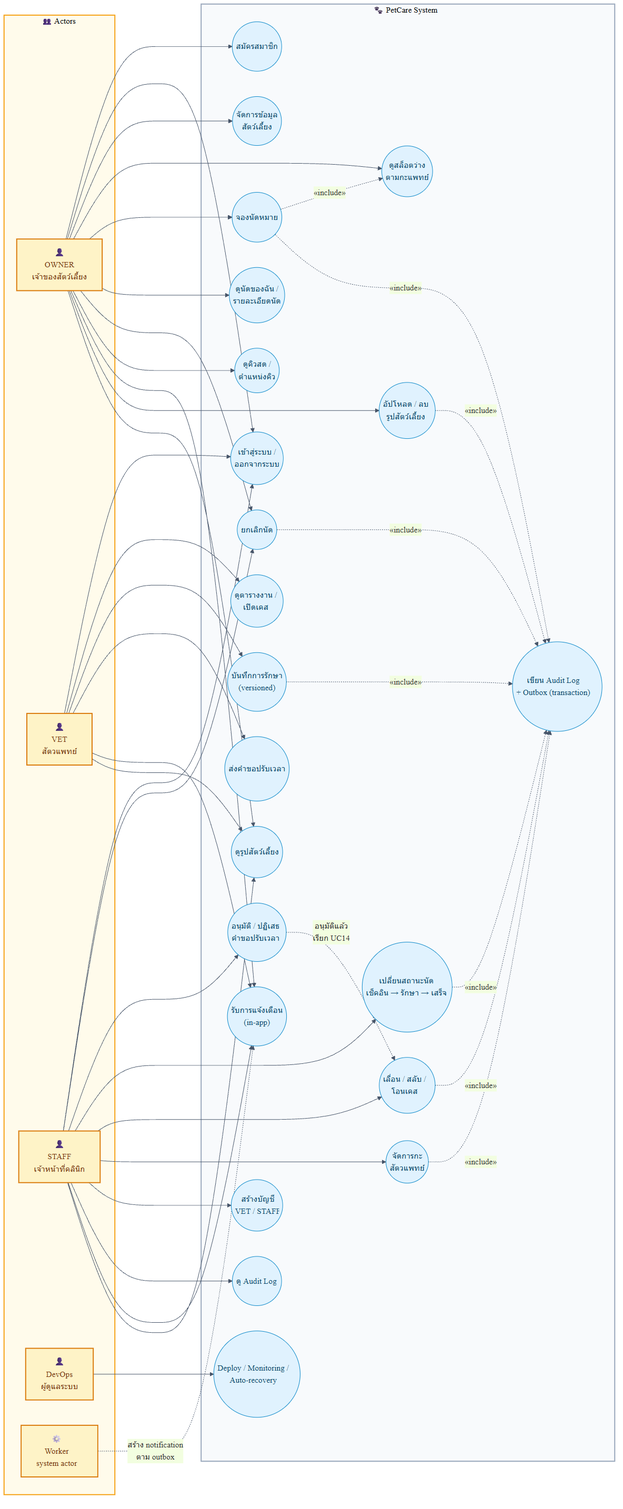
Earlier version of the Mermaid export docs/diagrams/preview/use-case.png (AnawinA/Pet-Clinic-Booking-and-Appointment-System). Its source is kept beside it as docs/diagrams/use-case.mmd.
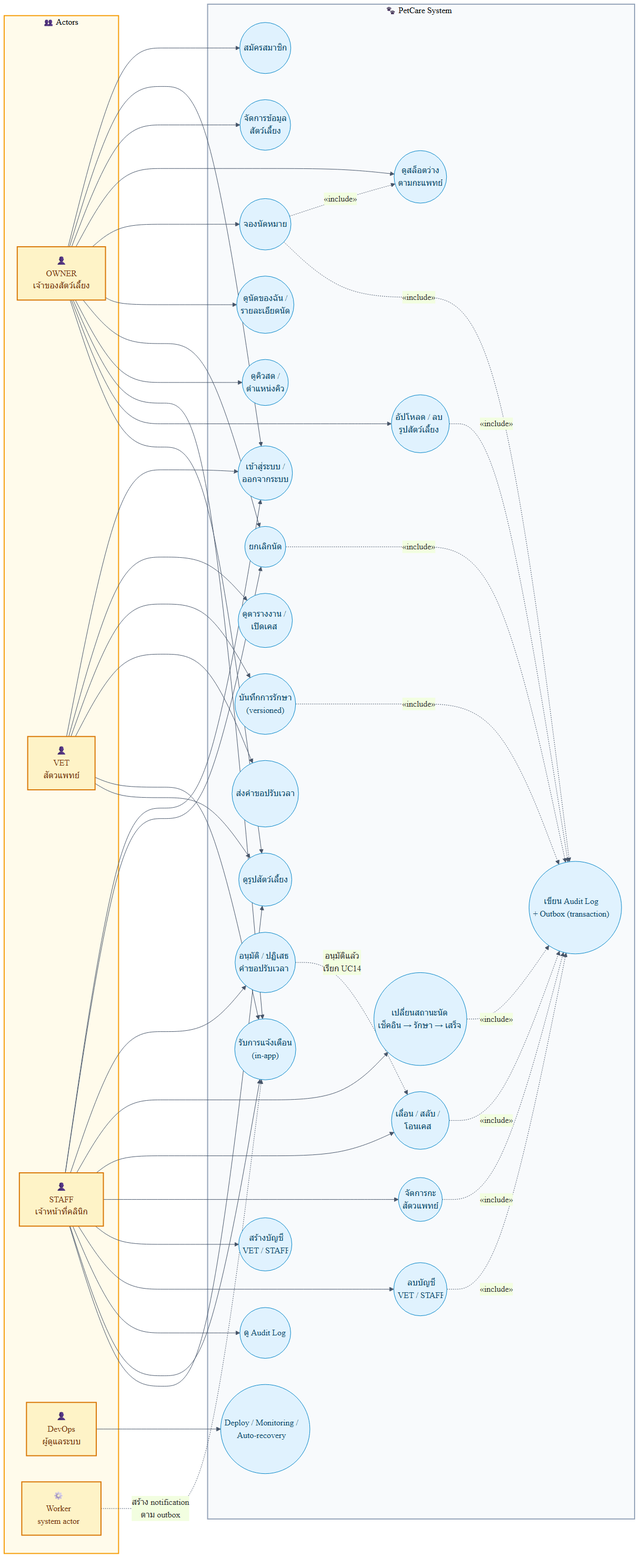
The same diagram one commit later.

The edit, as a diff of the source:
```diff
@@ -27,6 +27,7 @@
     UC14(("เลื่อน / สลับ /<br/>โอนเคส"))
     UC15(("จัดการกะ<br/>สัตวแพทย์"))
     UC16(("สร้างบัญชี<br/>VET / STAFF"))
+    UC23(("ลบบัญชี<br/>VET / STAFF"))
     UC17(("ดู Audit Log"))
     UC18(("รับการแจ้งเตือน<br/>(in-app)"))
     UC19(("Deploy / Monitoring /<br/>Auto-recovery"))
@@ -61,6 +62,7 @@
   STAFF --> UC14
   STAFF --> UC15
   STAFF --> UC16
+  STAFF --> UC23
   STAFF --> UC17
   STAFF --> UC18
   STAFF --> UC22
@@ -77,11 +79,12 @@
   UC13 -. "«include»" .-> UC20
   UC14 -. "«include»" .-> UC20
   UC15 -. "«include»" .-> UC20
+  UC23 -. "«include»" .-> UC20
   UC21 -. "«include»" .-> UC20
 
   classDef actor fill:#fef3c7,stroke:#d97706,color:#78350f,stroke-width:2px;
   classDef uc fill:#e0f2fe,stroke:#0284c7,color:#0c4a6e;
   class OWNER,VET,STAFF,OPS,WORKER actor;
-  class UC1,UC2,UC3,UC4,UC5,UC6,UC7,UC8,UC9,UC10,UC11,UC12,UC13,UC14,UC15,UC16,UC17,UC18,UC19,UC20,UC21,UC22 uc;
+  class UC1,UC2,UC3,UC4,UC5,UC6,UC7,UC8,UC9,UC10,UC11,UC12,UC13,UC14,UC15,UC16,UC17,UC18,UC19,UC20,UC21,UC22,UC23 uc;
   style ACT fill:#fffbeb,stroke:#f59e0b,stroke-width:2px
   style SYS fill:#f8fafc,stroke:#94a3b8,stroke-width:2px
```
